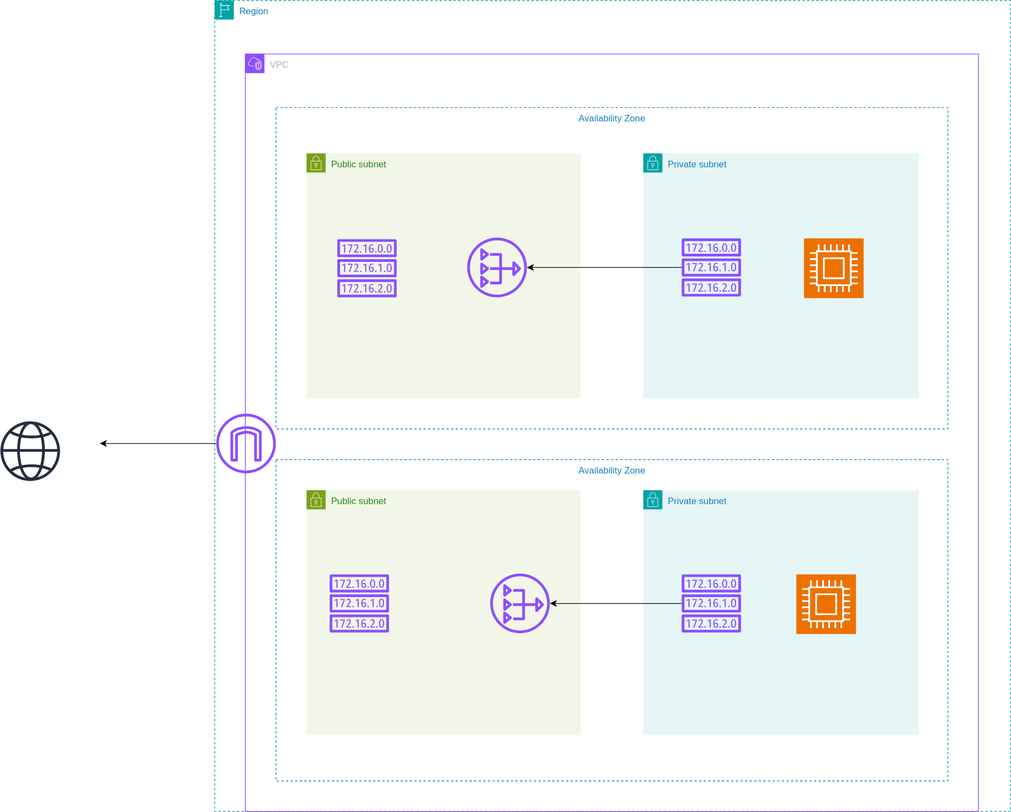
Earlier version of the draw.io export images/terraform-gitops-infrastructure.drawio.svg (m-bilalkhan/terraform-gitops-infrastructure). Source tidied: cells renumbered, new cells last; positions are measured from the earlier drawing's top-left corner, leaving out a move shared by most shapes. The source it was exported from:
```xml
<mxGraphModel>
  <root>
    <mxCell id="0" />
    <mxCell id="1" parent="0" />
    <mxCell id="2" value="Region" style="gradientColor=none;html=1;whiteSpace=wrap;fontSize=12;fontStyle=0;shape=mxgraph.aws4.group;grIcon=mxgraph.aws4.group_region;strokeColor=#00A4A6;fillColor=none;verticalAlign=top;align=left;spacingLeft=30;fontColor=#147EBA;dashed=1;" parent="1" vertex="1">
      <mxGeometry x="280" width="1040" height="1060" as="geometry" />
    </mxCell>
    <mxCell id="3" value="VPC" style="gradientColor=none;html=1;whiteSpace=wrap;fontSize=12;fontStyle=0;shape=mxgraph.aws4.group;grIcon=mxgraph.aws4.group_vpc2;strokeColor=#8C4FFF;fillColor=none;verticalAlign=top;align=left;spacingLeft=30;fontColor=#AAB7B8;dashed=0;" parent="2" vertex="1">
      <mxGeometry x="40" y="70" width="958" height="990" as="geometry" />
    </mxCell>
    <mxCell id="4" value="Availability Zone" style="fillColor=none;strokeColor=#147EBA;dashed=1;verticalAlign=top;fontStyle=0;fontColor=#147EBA;whiteSpace=wrap;html=1;" parent="3" vertex="1">
      <mxGeometry x="40" y="70" width="878" height="420" as="geometry" />
    </mxCell>
    <mxCell id="5" style="edgeStyle=orthogonalEdgeStyle;rounded=0;orthogonalLoop=1;jettySize=auto;html=1;exitX=0.5;exitY=1;exitDx=0;exitDy=0;" parent="3" edge="1" source="4" target="4">
      <mxGeometry relative="1" as="geometry" />
    </mxCell>
    <mxCell id="6" value="Private subnet" style="gradientColor=none;html=1;whiteSpace=wrap;fontSize=12;fontStyle=0;shape=mxgraph.aws4.group;grIcon=mxgraph.aws4.group_security_group;grStroke=0;strokeColor=#00A4A6;fillColor=#E6F6F7;verticalAlign=top;align=left;spacingLeft=30;fontColor=#147EBA;dashed=0;" parent="3" vertex="1">
      <mxGeometry x="520" y="130" width="360" height="320" as="geometry" />
    </mxCell>
    <mxCell id="7" style="sketch=0;outlineConnect=0;fontColor=#232F3E;gradientColor=none;fillColor=#8C4FFF;strokeColor=none;dashed=0;verticalLabelPosition=bottom;verticalAlign=top;align=center;html=1;fontSize=12;fontStyle=0;shape=mxgraph.aws4.route_table;" parent="6" vertex="1">
      <mxGeometry x="50" y="111" width="78" height="76" as="geometry" />
    </mxCell>
    <mxCell id="8" value="Public subnet" style="gradientColor=none;html=1;whiteSpace=wrap;fontSize=12;fontStyle=0;shape=mxgraph.aws4.group;grIcon=mxgraph.aws4.group_security_group;grStroke=0;strokeColor=#7AA116;fillColor=#F2F6E8;verticalAlign=top;align=left;spacingLeft=30;fontColor=#248814;dashed=0;" parent="3" vertex="1">
      <mxGeometry x="80" y="130" width="358" height="320" as="geometry" />
    </mxCell>
    <mxCell id="9" style="sketch=0;fontColor=#232F3E;gradientColor=none;fillColor=#8C4FFF;strokeColor=none;dashed=0;verticalLabelPosition=bottom;verticalAlign=top;align=center;html=1;fontSize=12;fontStyle=0;shape=mxgraph.aws4.route_table;" parent="3" vertex="1">
      <mxGeometry x="120" y="242" width="78" height="76" as="geometry" />
    </mxCell>
    <mxCell id="10" style="sketch=0;outlineConnect=0;fontColor=#232F3E;gradientColor=none;fillColor=#8C4FFF;strokeColor=none;dashed=0;verticalLabelPosition=bottom;verticalAlign=top;align=center;html=1;fontSize=12;fontStyle=0;shape=mxgraph.aws4.nat_gateway;" parent="3" vertex="1">
      <mxGeometry x="290" y="240" width="78" height="78" as="geometry" />
    </mxCell>
    <mxCell id="11" style="edgeStyle=orthogonalEdgeStyle;rounded=0;jettySize=auto;html=1;" parent="3" edge="1" source="7" target="10">
      <mxGeometry relative="1" as="geometry" />
    </mxCell>
    <mxCell id="12" style="sketch=0;points=[[0,0,0],[0.25,0,0],[0.5,0,0],[0.75,0,0],[1,0,0],[0,1,0],[0.25,1,0],[0.5,1,0],[0.75,1,0],[1,1,0],[0,0.25,0],[0,0.5,0],[0,0.75,0],[1,0.25,0],[1,0.5,0],[1,0.75,0]];outlineConnect=0;fontColor=#232F3E;fillColor=#ED7100;strokeColor=#ffffff;dashed=0;verticalLabelPosition=bottom;verticalAlign=top;align=center;html=1;fontSize=12;fontStyle=0;shape=mxgraph.aws4.resourceIcon;resIcon=mxgraph.aws4.compute;" parent="3" vertex="1">
      <mxGeometry x="730" y="241" width="78" height="78" as="geometry" />
    </mxCell>
    <mxCell id="13" value="Availability Zone" style="fillColor=none;strokeColor=#147EBA;dashed=1;verticalAlign=top;fontStyle=0;fontColor=#147EBA;whiteSpace=wrap;html=1;" parent="3" vertex="1">
      <mxGeometry x="40" y="530" width="878" height="420" as="geometry" />
    </mxCell>
    <mxCell id="14" value="Public subnet" style="gradientColor=none;html=1;whiteSpace=wrap;fontSize=12;fontStyle=0;shape=mxgraph.aws4.group;grIcon=mxgraph.aws4.group_security_group;grStroke=0;strokeColor=#7AA116;fillColor=#F2F6E8;verticalAlign=top;align=left;spacingLeft=30;fontColor=#248814;dashed=0;" parent="3" vertex="1">
      <mxGeometry x="80" y="570" width="358" height="320" as="geometry" />
    </mxCell>
    <mxCell id="15" value="Private subnet" style="gradientColor=none;html=1;whiteSpace=wrap;fontSize=12;fontStyle=0;shape=mxgraph.aws4.group;grIcon=mxgraph.aws4.group_security_group;grStroke=0;strokeColor=#00A4A6;fillColor=#E6F6F7;verticalAlign=top;align=left;spacingLeft=30;fontColor=#147EBA;dashed=0;" parent="3" vertex="1">
      <mxGeometry x="520" y="570" width="360" height="320" as="geometry" />
    </mxCell>
    <mxCell id="16" style="sketch=0;outlineConnect=0;fontColor=#232F3E;gradientColor=none;fillColor=#8C4FFF;strokeColor=none;dashed=0;verticalLabelPosition=bottom;verticalAlign=top;align=center;html=1;fontSize=12;fontStyle=0;shape=mxgraph.aws4.route_table;" parent="15" vertex="1">
      <mxGeometry x="50" y="110" width="78" height="76" as="geometry" />
    </mxCell>
    <mxCell id="17" style="sketch=0;points=[[0,0,0],[0.25,0,0],[0.5,0,0],[0.75,0,0],[1,0,0],[0,1,0],[0.25,1,0],[0.5,1,0],[0.75,1,0],[1,1,0],[0,0.25,0],[0,0.5,0],[0,0.75,0],[1,0.25,0],[1,0.5,0],[1,0.75,0]];outlineConnect=0;fontColor=#232F3E;fillColor=#ED7100;strokeColor=#ffffff;dashed=0;verticalLabelPosition=bottom;verticalAlign=top;align=center;html=1;fontSize=12;fontStyle=0;shape=mxgraph.aws4.resourceIcon;resIcon=mxgraph.aws4.compute;" parent="3" vertex="1">
      <mxGeometry x="720" y="680" width="78" height="78" as="geometry" />
    </mxCell>
    <mxCell id="18" style="sketch=0;fontColor=#232F3E;gradientColor=none;fillColor=#8C4FFF;strokeColor=none;dashed=0;verticalLabelPosition=bottom;verticalAlign=top;align=center;html=1;fontSize=12;fontStyle=0;shape=mxgraph.aws4.route_table;" parent="3" vertex="1">
      <mxGeometry x="110" y="680" width="78" height="76" as="geometry" />
    </mxCell>
    <mxCell id="19" style="sketch=0;outlineConnect=0;fontColor=#232F3E;gradientColor=none;fillColor=#8C4FFF;strokeColor=none;dashed=0;verticalLabelPosition=bottom;verticalAlign=top;align=center;html=1;fontSize=12;fontStyle=0;shape=mxgraph.aws4.nat_gateway;" parent="3" vertex="1">
      <mxGeometry x="320" y="679" width="78" height="78" as="geometry" />
    </mxCell>
    <mxCell id="20" style="edgeStyle=orthogonalEdgeStyle;rounded=0;jettySize=auto;html=1;" parent="3" edge="1" source="16" target="19">
      <mxGeometry relative="1" as="geometry" />
    </mxCell>
    <mxCell id="21" style="edgeStyle=orthogonalEdgeStyle;rounded=0;jettySize=auto;html=1;" parent="3" edge="1" source="22">
      <mxGeometry relative="1" as="geometry">
        <mxPoint x="-190" y="509" as="targetPoint" />
      </mxGeometry>
    </mxCell>
    <mxCell id="22" style="sketch=0;outlineConnect=0;fontColor=#232F3E;gradientColor=none;fillColor=#8C4FFF;strokeColor=none;dashed=0;verticalLabelPosition=bottom;verticalAlign=top;align=center;html=1;fontSize=12;fontStyle=0;shape=mxgraph.aws4.internet_gateway;" parent="3" vertex="1">
      <mxGeometry x="-38" y="470" width="78" height="78" as="geometry" />
    </mxCell>
    <mxCell id="23" style="sketch=0;fontColor=#232F3E;gradientColor=none;fillColor=#232F3D;strokeColor=none;dashed=0;verticalLabelPosition=bottom;verticalAlign=top;align=center;html=1;fontSize=12;fontStyle=0;shape=mxgraph.aws4.globe;" parent="1" vertex="1">
      <mxGeometry y="550" width="78" height="78" as="geometry" />
    </mxCell>
  </root>
</mxGraphModel>
```
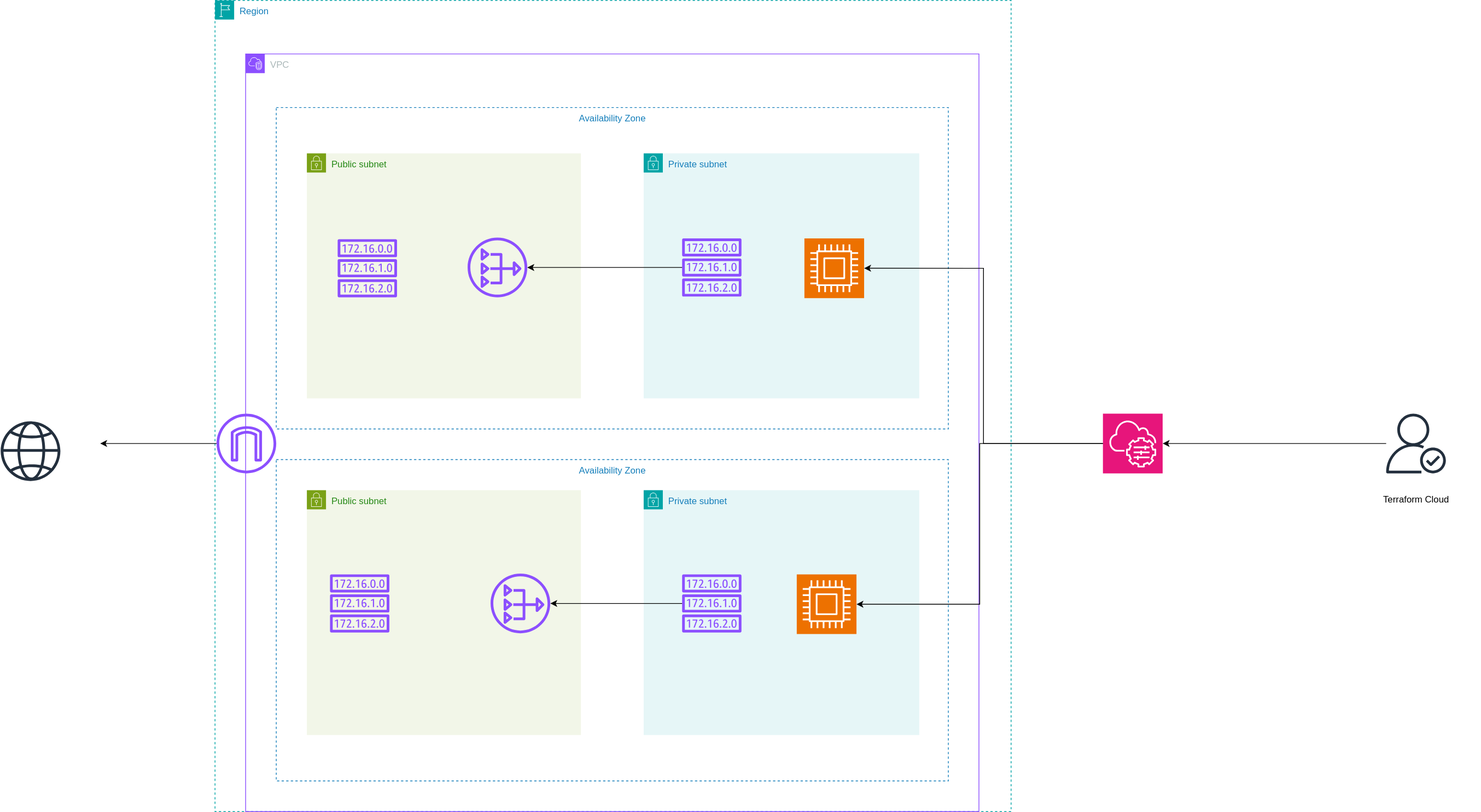
After the change.

The edit, as a diff of the source:
```diff
@@ -70,5 +70,23 @@
     <mxCell id="23" style="sketch=0;fontColor=#232F3E;gradientColor=none;fillColor=#232F3D;strokeColor=none;dashed=0;verticalLabelPosition=bottom;verticalAlign=top;align=center;html=1;fontSize=12;fontStyle=0;shape=mxgraph.aws4.globe;" parent="1" vertex="1">
       <mxGeometry y="550" width="78" height="78" as="geometry" />
     </mxCell>
+    <mxCell id="24" style="sketch=0;points=[[0,0,0],[0.25,0,0],[0.5,0,0],[0.75,0,0],[1,0,0],[0,1,0],[0.25,1,0],[0.5,1,0],[0.75,1,0],[1,1,0],[0,0.25,0],[0,0.5,0],[0,0.75,0],[1,0.25,0],[1,0.5,0],[1,0.75,0]];points=[[0,0,0],[0.25,0,0],[0.5,0,0],[0.75,0,0],[1,0,0],[0,1,0],[0.25,1,0],[0.5,1,0],[0.75,1,0],[1,1,0],[0,0.25,0],[0,0.5,0],[0,0.75,0],[1,0.25,0],[1,0.5,0],[1,0.75,0]];outlineConnect=0;fontColor=#232F3E;fillColor=#E7157B;strokeColor=#ffffff;dashed=0;verticalLabelPosition=bottom;verticalAlign=top;align=center;html=1;fontSize=12;fontStyle=0;shape=mxgraph.aws4.resourceIcon;resIcon=mxgraph.aws4.systems_manager;" parent="1" vertex="1">
+      <mxGeometry x="1440" y="540" width="78" height="78" as="geometry" />
+    </mxCell>
+    <mxCell id="25" style="edgeStyle=orthogonalEdgeStyle;rounded=0;jettySize=auto;html=1;" parent="1" edge="1" source="26" target="24">
+      <mxGeometry relative="1" as="geometry" />
+    </mxCell>
+    <mxCell id="26" style="sketch=0;outlineConnect=0;fontColor=#232F3E;gradientColor=none;fillColor=#232F3D;strokeColor=none;dashed=0;verticalLabelPosition=bottom;verticalAlign=top;align=center;html=1;fontSize=12;fontStyle=0;shape=mxgraph.aws4.authenticated_user;" parent="1" vertex="1">
+      <mxGeometry x="1810" y="540" width="78" height="78" as="geometry" />
+    </mxCell>
+    <mxCell id="27" style="edgeStyle=orthogonalEdgeStyle;rounded=0;jettySize=auto;html=1;entryX=1;entryY=0.5;entryDx=0;entryDy=0;entryPerimeter=0;" parent="1" edge="1" source="24" target="12">
+      <mxGeometry relative="1" as="geometry" />
+    </mxCell>
+    <mxCell id="28" style="edgeStyle=orthogonalEdgeStyle;rounded=0;jettySize=auto;html=1;entryX=1;entryY=0.5;entryDx=0;entryDy=0;entryPerimeter=0;" parent="1" edge="1" source="24" target="17">
+      <mxGeometry relative="1" as="geometry" />
+    </mxCell>
+    <mxCell id="29" value="Terraform Cloud" style="text;strokeColor=none;align=center;fillColor=none;html=1;verticalAlign=middle;whiteSpace=wrap;rounded=0;" parent="1" vertex="1">
+      <mxGeometry x="1764" y="637" width="170" height="30" as="geometry" />
+    </mxCell>
   </root>
 </mxGraphModel>
```
